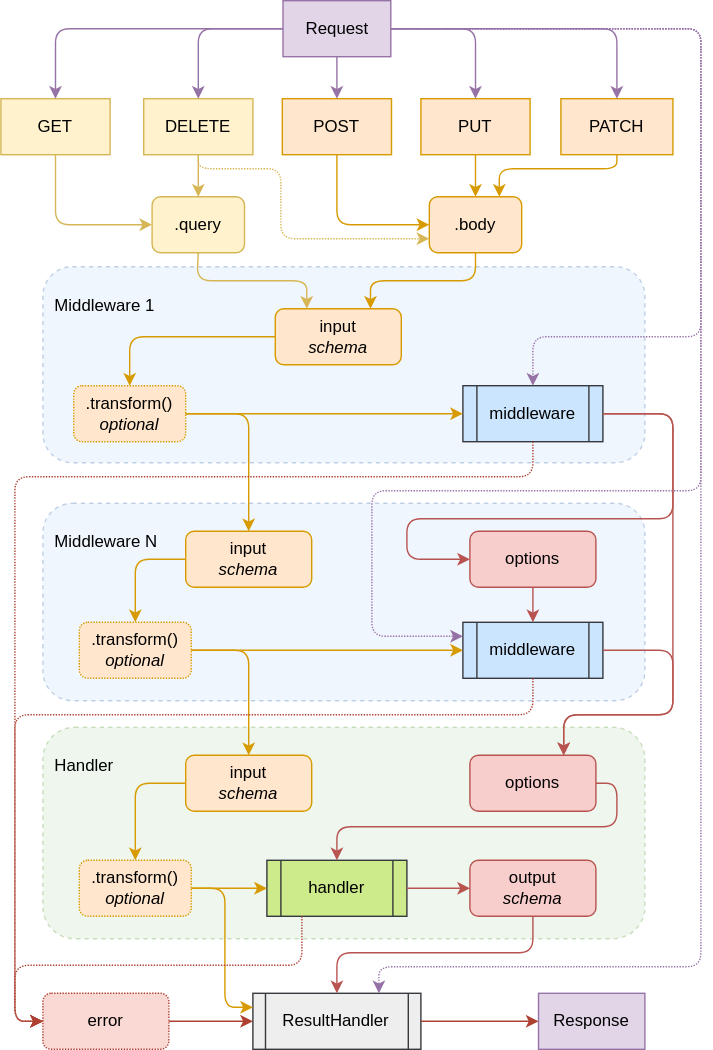
Before: dataflow.svg, a diagram exported from draw.io (RobinTail/express-zod-api). Source tidied: cells renumbered, new cells last; positions are measured from the earlier drawing's top-left corner, leaving out a move shared by most shapes.
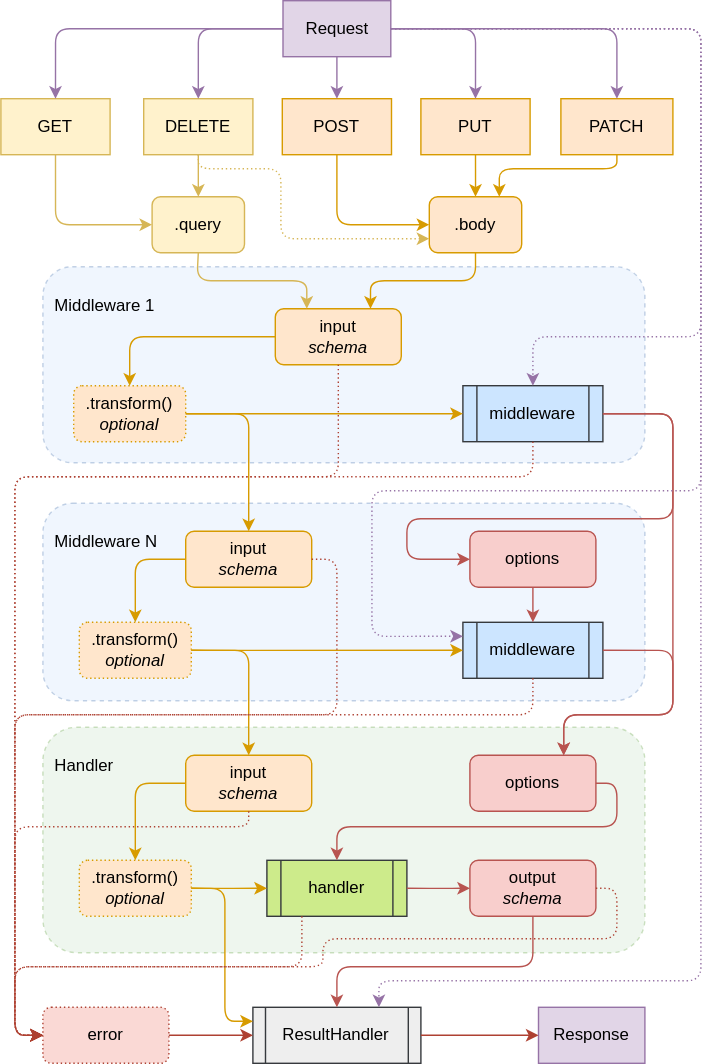
Later version of the same file.

Commit message:
Diagram: Schema validation can also throw an error.

What changed in the source:
```diff
@@ -3,7 +3,7 @@
     <mxCell id="0" />
     <mxCell id="1" parent="0" />
     <mxCell id="2" value="&lt;br&gt;&amp;nbsp; Handler" style="html=1;whiteSpace=wrap;rounded=1;dashed=1;fillColor=#d5e8d4;align=left;strokeColor=#82b366;opacity=40;verticalAlign=top;" parent="1" vertex="1">
-      <mxGeometry x="30" y="519" width="430" height="151" as="geometry" />
+      <mxGeometry x="30" y="519" width="430" height="161" as="geometry" />
     </mxCell>
     <mxCell id="3" value="options" style="rounded=1;whiteSpace=wrap;html=1;fillColor=#f8cecc;strokeColor=#b85450;" parent="2" vertex="1">
       <mxGeometry x="305" y="20" width="90" height="40" as="geometry" />
@@ -40,7 +40,7 @@
     <mxCell id="12" value="middleware" style="shape=process;whiteSpace=wrap;html=1;backgroundOutline=1;fillColor=#cce5ff;strokeColor=#36393d;" parent="11" vertex="1">
       <mxGeometry x="300" y="85" width="100" height="40" as="geometry" />
     </mxCell>
-    <mxCell id="13" value=".transform()&lt;br&gt;&lt;i&gt;optional&lt;/i&gt;" style="rounded=1;whiteSpace=wrap;html=1;dashed=1;dashPattern=1 1;fillColor=#ffe6cc;strokeColor=#d79b00;glass=0;sketch=0;" parent="11" vertex="1">
+    <mxCell id="13" value=".transform()&lt;br&gt;&lt;i&gt;optional&lt;/i&gt;" style="rounded=1;whiteSpace=wrap;html=1;dashed=1;dashPattern=1 2;fillColor=#ffe6cc;strokeColor=#d79b00;glass=0;sketch=0;" parent="11" vertex="1">
       <mxGeometry x="22" y="85" width="80" height="40" as="geometry" />
     </mxCell>
     <mxCell id="14" style="endArrow=classic;html=1;jumpStyle=none;orthogonal=0;comic=0;rounded=1;edgeStyle=orthogonalEdgeStyle;exitX=1;exitY=0.5;exitDx=0;exitDy=0;entryX=0;entryY=0.5;entryDx=0;entryDy=0;fillColor=#ffe6cc;strokeColor=#d79b00;" parent="11" edge="1" source="13" target="12">
@@ -85,7 +85,7 @@
         </Array>
       </mxGeometry>
     </mxCell>
-    <mxCell id="25" value=".transform()&lt;br&gt;&lt;i&gt;optional&lt;/i&gt;" style="rounded=1;whiteSpace=wrap;html=1;dashed=1;dashPattern=1 1;fillColor=#ffe6cc;strokeColor=#d79b00;" parent="1" vertex="1">
+    <mxCell id="25" value=".transform()&lt;br&gt;&lt;i&gt;optional&lt;/i&gt;" style="rounded=1;whiteSpace=wrap;html=1;dashed=1;dashPattern=1 2;fillColor=#ffe6cc;strokeColor=#d79b00;" parent="1" vertex="1">
       <mxGeometry x="56" y="444" width="80" height="40" as="geometry" />
     </mxCell>
     <mxCell id="26" style="endArrow=classic;html=1;jumpStyle=none;orthogonal=0;comic=0;rounded=1;edgeStyle=orthogonalEdgeStyle;exitX=0;exitY=0.5;exitDx=0;exitDy=0;entryX=0.5;entryY=0;entryDx=0;entryDy=0;fillColor=#ffe6cc;strokeColor=#d79b00;" parent="1" edge="1" source="8" target="25">
@@ -113,7 +113,7 @@
     <mxCell id="29" value="handler" style="shape=process;whiteSpace=wrap;html=1;backgroundOutline=1;fillColor=#cdeb8b;strokeColor=#36393d;" parent="1" vertex="1">
       <mxGeometry x="190" y="614" width="100" height="40" as="geometry" />
     </mxCell>
-    <mxCell id="30" value=".transform()&lt;br&gt;&lt;i&gt;optional&lt;/i&gt;" style="rounded=1;whiteSpace=wrap;html=1;dashed=1;dashPattern=1 1;fillColor=#ffe6cc;strokeColor=#d79b00;" parent="1" vertex="1">
+    <mxCell id="30" value=".transform()&lt;br&gt;&lt;i&gt;optional&lt;/i&gt;" style="rounded=1;whiteSpace=wrap;html=1;dashed=1;dashPattern=1 2;fillColor=#ffe6cc;strokeColor=#d79b00;" parent="1" vertex="1">
       <mxGeometry x="56" y="614" width="80" height="40" as="geometry" />
     </mxCell>
     <mxCell id="31" style="endArrow=classic;html=1;jumpStyle=none;orthogonal=0;comic=0;rounded=1;edgeStyle=orthogonalEdgeStyle;exitX=0;exitY=0.5;exitDx=0;exitDy=0;entryX=0.5;entryY=0;entryDx=0;entryDy=0;fillColor=#ffe6cc;strokeColor=#d79b00;" parent="1" edge="1" source="4" target="30">
@@ -175,7 +175,7 @@
         </Array>
       </mxGeometry>
     </mxCell>
-    <mxCell id="38" style="endArrow=classic;html=1;entryX=0.5;entryY=0;entryDx=0;entryDy=0;jumpStyle=none;orthogonal=0;comic=0;rounded=1;edgeStyle=orthogonalEdgeStyle;dashed=1;dashPattern=1 1;fillColor=#e1d5e7;strokeColor=#9673a6;exitX=1;exitY=0.5;exitDx=0;exitDy=0;" parent="1" edge="1" source="15" target="12">
+    <mxCell id="38" style="endArrow=classic;html=1;entryX=0.5;entryY=0;entryDx=0;entryDy=0;jumpStyle=none;orthogonal=0;comic=0;rounded=1;edgeStyle=orthogonalEdgeStyle;dashed=1;dashPattern=1 2;fillColor=#e1d5e7;strokeColor=#9673a6;exitX=1;exitY=0.5;exitDx=0;exitDy=0;" parent="1" edge="1" source="15" target="12">
       <mxGeometry relative="1" as="geometry">
         <Array as="points">
           <mxPoint x="500" y="20" />
@@ -194,7 +194,7 @@
         </Array>
       </mxGeometry>
     </mxCell>
-    <mxCell id="40" style="endArrow=classic;html=1;entryX=0;entryY=0.25;entryDx=0;entryDy=0;jumpStyle=none;orthogonal=0;comic=0;rounded=1;edgeStyle=orthogonalEdgeStyle;dashed=1;dashPattern=1 1;fillColor=#e1d5e7;strokeColor=#9673a6;exitX=1;exitY=0.5;exitDx=0;exitDy=0;" parent="1" edge="1" source="15" target="9">
+    <mxCell id="40" style="endArrow=classic;html=1;entryX=0;entryY=0.25;entryDx=0;entryDy=0;jumpStyle=none;orthogonal=0;comic=0;rounded=1;edgeStyle=orthogonalEdgeStyle;dashed=1;dashPattern=1 2;fillColor=#e1d5e7;strokeColor=#9673a6;exitX=1;exitY=0.5;exitDx=0;exitDy=0;" parent="1" edge="1" source="15" target="9">
       <mxGeometry relative="1" as="geometry">
         <Array as="points">
           <mxPoint x="500" y="20" />
@@ -205,75 +205,74 @@
       </mxGeometry>
     </mxCell>
     <mxCell id="41" value="ResultHandler" style="shape=process;whiteSpace=wrap;html=1;backgroundOutline=1;fillColor=#eeeeee;strokeColor=#36393d;size=0.07142857142857142;" parent="1" vertex="1">
-      <mxGeometry x="180" y="709" width="120" height="40" as="geometry" />
+      <mxGeometry x="180" y="719" width="120" height="40" as="geometry" />
     </mxCell>
     <mxCell id="42" style="endArrow=classic;html=1;jumpStyle=none;orthogonal=0;comic=0;rounded=1;edgeStyle=orthogonalEdgeStyle;exitX=1;exitY=0.5;exitDx=0;exitDy=0;fillColor=#ffe6cc;strokeColor=#d79b00;entryX=0;entryY=0.25;entryDx=0;entryDy=0;" parent="1" edge="1" source="30" target="41">
       <mxGeometry relative="1" as="geometry">
         <Array as="points">
           <mxPoint x="160" y="634" />
-          <mxPoint x="160" y="719" />
+          <mxPoint x="160" y="729" />
         </Array>
       </mxGeometry>
     </mxCell>
     <mxCell id="43" style="endArrow=classic;html=1;jumpStyle=none;orthogonal=0;comic=0;rounded=1;edgeStyle=orthogonalEdgeStyle;exitX=0.5;exitY=1;exitDx=0;exitDy=0;entryX=0.5;entryY=0;entryDx=0;entryDy=0;fillColor=#f8cecc;strokeColor=#b85450;" parent="1" edge="1" source="5" target="41">
       <mxGeometry relative="1" as="geometry">
         <Array as="points">
-          <mxPoint x="380" y="680" />
-          <mxPoint x="240" y="680" />
+          <mxPoint x="380" y="690" />
+          <mxPoint x="240" y="690" />
         </Array>
       </mxGeometry>
     </mxCell>
-    <mxCell id="44" style="endArrow=classic;html=1;jumpStyle=none;orthogonal=0;comic=0;rounded=1;edgeStyle=orthogonalEdgeStyle;dashed=1;dashPattern=1 1;fillColor=#e1d5e7;strokeColor=#9673a6;entryX=0.75;entryY=0;entryDx=0;entryDy=0;exitX=1;exitY=0.5;exitDx=0;exitDy=0;" parent="1" edge="1" source="15" target="41">
+    <mxCell id="44" style="endArrow=classic;html=1;jumpStyle=none;orthogonal=0;comic=0;rounded=1;edgeStyle=orthogonalEdgeStyle;dashed=1;dashPattern=1 2;fillColor=#e1d5e7;strokeColor=#9673a6;entryX=0.75;entryY=0;entryDx=0;entryDy=0;exitX=1;exitY=0.5;exitDx=0;exitDy=0;" parent="1" edge="1" source="15" target="41">
       <mxGeometry relative="1" as="geometry">
         <Array as="points">
           <mxPoint x="500" y="20" />
-          <mxPoint x="500" y="690" />
-          <mxPoint x="270" y="690" />
+          <mxPoint x="500" y="700" />
+          <mxPoint x="270" y="700" />
         </Array>
       </mxGeometry>
     </mxCell>
     <mxCell id="45" value="Response" style="rounded=0;whiteSpace=wrap;html=1;fillColor=#e1d5e7;strokeColor=#9673a6;" parent="1" vertex="1">
-      <mxGeometry x="384" y="709" width="76" height="40" as="geometry" />
+      <mxGeometry x="384" y="719" width="76" height="40" as="geometry" />
     </mxCell>
     <mxCell id="46" style="endArrow=classic;html=1;jumpStyle=none;orthogonal=0;comic=0;rounded=1;edgeStyle=orthogonalEdgeStyle;entryX=0;entryY=0.5;entryDx=0;entryDy=0;fillColor=#fad9d5;strokeColor=#ae4132;exitX=1;exitY=0.5;exitDx=0;exitDy=0;" parent="1" edge="1" source="41" target="45">
       <mxGeometry relative="1" as="geometry" />
     </mxCell>
-    <mxCell id="47" value="error" style="rounded=1;whiteSpace=wrap;html=1;fillColor=#fad9d5;strokeColor=#ae4132;dashed=1;dashPattern=1 1;" parent="1" vertex="1">
-      <mxGeometry x="30" y="709" width="90" height="40" as="geometry" />
+    <mxCell id="47" value="error" style="rounded=1;whiteSpace=wrap;html=1;fillColor=#fad9d5;strokeColor=#ae4132;dashed=1;dashPattern=1 2;" parent="1" vertex="1">
+      <mxGeometry x="30" y="719" width="90" height="40" as="geometry" />
     </mxCell>
     <mxCell id="48" style="endArrow=classic;html=1;jumpStyle=none;orthogonal=0;comic=0;rounded=1;edgeStyle=orthogonalEdgeStyle;exitX=1;exitY=0.5;exitDx=0;exitDy=0;entryX=0;entryY=0.5;entryDx=0;entryDy=0;fillColor=#fad9d5;strokeColor=#ae4132;" parent="1" edge="1" source="47" target="41">
       <mxGeometry relative="1" as="geometry">
         <Array as="points">
-          <mxPoint x="150" y="729" />
-          <mxPoint x="150" y="729" />
+          <mxPoint x="150" y="739" />
+          <mxPoint x="150" y="739" />
         </Array>
       </mxGeometry>
     </mxCell>
-    <mxCell id="49" style="endArrow=classic;html=1;jumpStyle=none;orthogonal=0;comic=0;rounded=1;edgeStyle=orthogonalEdgeStyle;exitX=0.5;exitY=1;exitDx=0;exitDy=0;fillColor=#fad9d5;strokeColor=#ae4132;dashed=1;dashPattern=1 1;entryX=0;entryY=0.5;entryDx=0;entryDy=0;" parent="1" edge="1" source="12" target="47">
+    <mxCell id="49" style="endArrow=classic;html=1;jumpStyle=none;orthogonal=0;comic=0;rounded=1;edgeStyle=orthogonalEdgeStyle;exitX=0.5;exitY=1;exitDx=0;exitDy=0;fillColor=#fad9d5;strokeColor=#ae4132;dashed=1;dashPattern=1 2;entryX=0;entryY=0.5;entryDx=0;entryDy=0;" parent="1" edge="1" source="12" target="47">
       <mxGeometry relative="1" as="geometry">
         <Array as="points">
           <mxPoint x="380" y="340" />
           <mxPoint x="10" y="340" />
-          <mxPoint x="10" y="729" />
+          <mxPoint x="10" y="739" />
         </Array>
       </mxGeometry>
     </mxCell>
-    <mxCell id="50" style="endArrow=classic;html=1;jumpStyle=none;orthogonal=0;comic=0;rounded=1;edgeStyle=orthogonalEdgeStyle;exitX=0.5;exitY=1;exitDx=0;exitDy=0;fillColor=#fad9d5;strokeColor=#ae4132;dashed=1;dashPattern=1 1;entryX=0;entryY=0.5;entryDx=0;entryDy=0;" parent="1" edge="1" source="9" target="47">
+    <mxCell id="50" style="endArrow=classic;html=1;jumpStyle=none;orthogonal=0;comic=0;rounded=1;edgeStyle=orthogonalEdgeStyle;exitX=0.5;exitY=1;exitDx=0;exitDy=0;fillColor=#fad9d5;strokeColor=#ae4132;dashed=1;dashPattern=1 2;entryX=0;entryY=0.5;entryDx=0;entryDy=0;" parent="1" edge="1" source="9" target="47">
       <mxGeometry relative="1" as="geometry">
         <Array as="points">
           <mxPoint x="380" y="510" />
           <mxPoint x="10" y="510" />
-          <mxPoint x="10" y="729" />
-          <mxPoint x="30" y="729" />
+          <mxPoint x="10" y="739" />
         </Array>
       </mxGeometry>
     </mxCell>
-    <mxCell id="51" style="endArrow=classic;html=1;jumpStyle=none;orthogonal=0;comic=0;rounded=1;edgeStyle=orthogonalEdgeStyle;exitX=0.25;exitY=1;exitDx=0;exitDy=0;fillColor=#fad9d5;strokeColor=#ae4132;dashed=1;dashPattern=1 1;entryX=0;entryY=0.5;entryDx=0;entryDy=0;" parent="1" edge="1" source="29" target="47">
+    <mxCell id="51" style="endArrow=classic;html=1;jumpStyle=none;orthogonal=0;comic=0;rounded=1;edgeStyle=orthogonalEdgeStyle;exitX=0.25;exitY=1;exitDx=0;exitDy=0;fillColor=#fad9d5;strokeColor=#ae4132;dashed=1;dashPattern=1 2;entryX=0;entryY=0.5;entryDx=0;entryDy=0;" parent="1" edge="1" source="29" target="47">
       <mxGeometry relative="1" as="geometry">
         <Array as="points">
-          <mxPoint x="215" y="689" />
-          <mxPoint x="10" y="689" />
-          <mxPoint x="10" y="729" />
+          <mxPoint x="215" y="690" />
+          <mxPoint x="10" y="690" />
+          <mxPoint x="10" y="739" />
         </Array>
       </mxGeometry>
     </mxCell>
@@ -328,7 +327,7 @@
         </Array>
       </mxGeometry>
     </mxCell>
-    <mxCell id="59" style="endArrow=classic;html=1;jumpStyle=none;orthogonal=0;comic=0;rounded=1;edgeStyle=orthogonalEdgeStyle;exitX=0.5;exitY=1;exitDx=0;exitDy=0;entryX=0;entryY=0.75;entryDx=0;entryDy=0;fillColor=#fff2cc;strokeColor=#d6b656;dashed=1;dashPattern=1 1;" parent="1" edge="1" source="19" target="17">
+    <mxCell id="59" style="endArrow=classic;html=1;jumpStyle=none;orthogonal=0;comic=0;rounded=1;edgeStyle=orthogonalEdgeStyle;exitX=0.5;exitY=1;exitDx=0;exitDy=0;entryX=0;entryY=0.75;entryDx=0;entryDy=0;fillColor=#fff2cc;strokeColor=#d6b656;dashed=1;dashPattern=1 2;" parent="1" edge="1" source="19" target="17">
       <mxGeometry relative="1" as="geometry">
         <Array as="points">
           <mxPoint x="141" y="120" />
@@ -379,5 +378,45 @@
         </Array>
       </mxGeometry>
     </mxCell>
+    <mxCell id="65" style="endArrow=classic;html=1;jumpStyle=none;orthogonal=0;comic=0;rounded=1;edgeStyle=orthogonalEdgeStyle;exitX=0.5;exitY=1;exitDx=0;exitDy=0;fillColor=#fad9d5;strokeColor=#ae4132;dashed=1;dashPattern=1 2;entryX=0;entryY=0.5;entryDx=0;entryDy=0;" parent="1" edge="1" source="23" target="47">
+      <mxGeometry relative="1" as="geometry">
+        <Array as="points">
+          <mxPoint x="241" y="340" />
+          <mxPoint x="10" y="340" />
+          <mxPoint x="10" y="739" />
+        </Array>
+      </mxGeometry>
+    </mxCell>
+    <mxCell id="66" style="endArrow=classic;html=1;jumpStyle=none;orthogonal=0;comic=0;rounded=1;edgeStyle=orthogonalEdgeStyle;exitX=1;exitY=0.5;exitDx=0;exitDy=0;fillColor=#fad9d5;strokeColor=#ae4132;dashed=1;dashPattern=1 2;entryX=0;entryY=0.5;entryDx=0;entryDy=0;" parent="1" edge="1" source="8" target="47">
+      <mxGeometry relative="1" as="geometry">
+        <Array as="points">
+          <mxPoint x="240" y="399" />
+          <mxPoint x="240" y="510" />
+          <mxPoint x="10" y="510" />
+          <mxPoint x="10" y="739" />
+        </Array>
+      </mxGeometry>
+    </mxCell>
+    <mxCell id="67" style="endArrow=classic;html=1;jumpStyle=none;orthogonal=0;comic=0;rounded=1;edgeStyle=orthogonalEdgeStyle;exitX=0.5;exitY=1;exitDx=0;exitDy=0;fillColor=#fad9d5;strokeColor=#ae4132;dashed=1;dashPattern=1 2;entryX=0;entryY=0.5;entryDx=0;entryDy=0;" parent="1" edge="1" source="4" target="47">
+      <mxGeometry relative="1" as="geometry">
+        <Array as="points">
+          <mxPoint x="177" y="590" />
+          <mxPoint x="10" y="590" />
+          <mxPoint x="10" y="739" />
+        </Array>
+      </mxGeometry>
+    </mxCell>
+    <mxCell id="68" style="endArrow=classic;html=1;jumpStyle=none;orthogonal=0;comic=0;rounded=1;edgeStyle=orthogonalEdgeStyle;exitX=1;exitY=0.5;exitDx=0;exitDy=0;fillColor=#fad9d5;strokeColor=#ae4132;dashed=1;dashPattern=1 2;entryX=0;entryY=0.5;entryDx=0;entryDy=0;" parent="1" edge="1" source="5" target="47">
+      <mxGeometry relative="1" as="geometry">
+        <Array as="points">
+          <mxPoint x="440" y="634" />
+          <mxPoint x="440" y="670" />
+          <mxPoint x="230" y="670" />
+          <mxPoint x="230" y="690" />
+          <mxPoint x="10" y="690" />
+          <mxPoint x="10" y="739" />
+        </Array>
+      </mxGeometry>
+    </mxCell>
   </root>
 </mxGraphModel>
```
